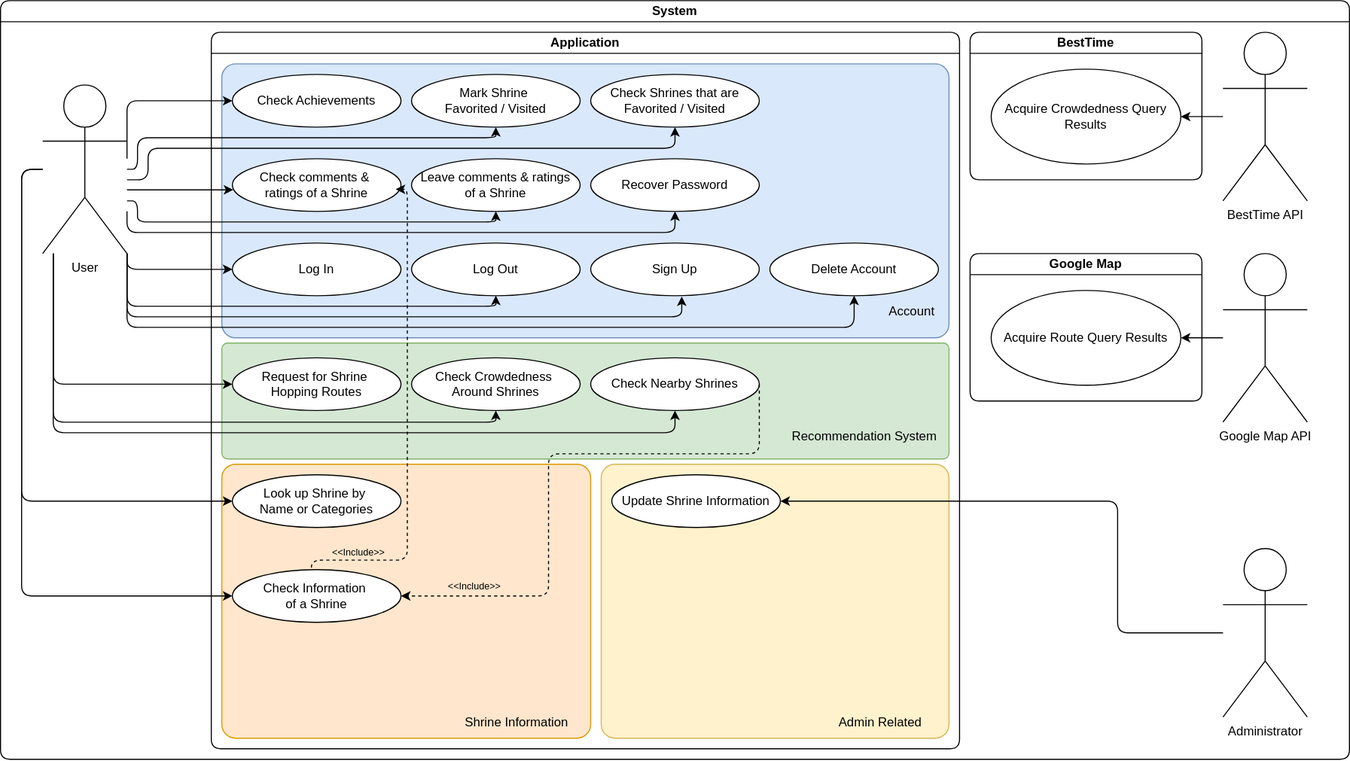
Above: docs/assets/images/diagrams/use_case.drawio.svg in LeoLin930104/PBL3 (draw.io), before the change. Source tidied: cells renumbered, new cells last; positions are measured from the earlier drawing's top-left corner, leaving out a move shared by most shapes.
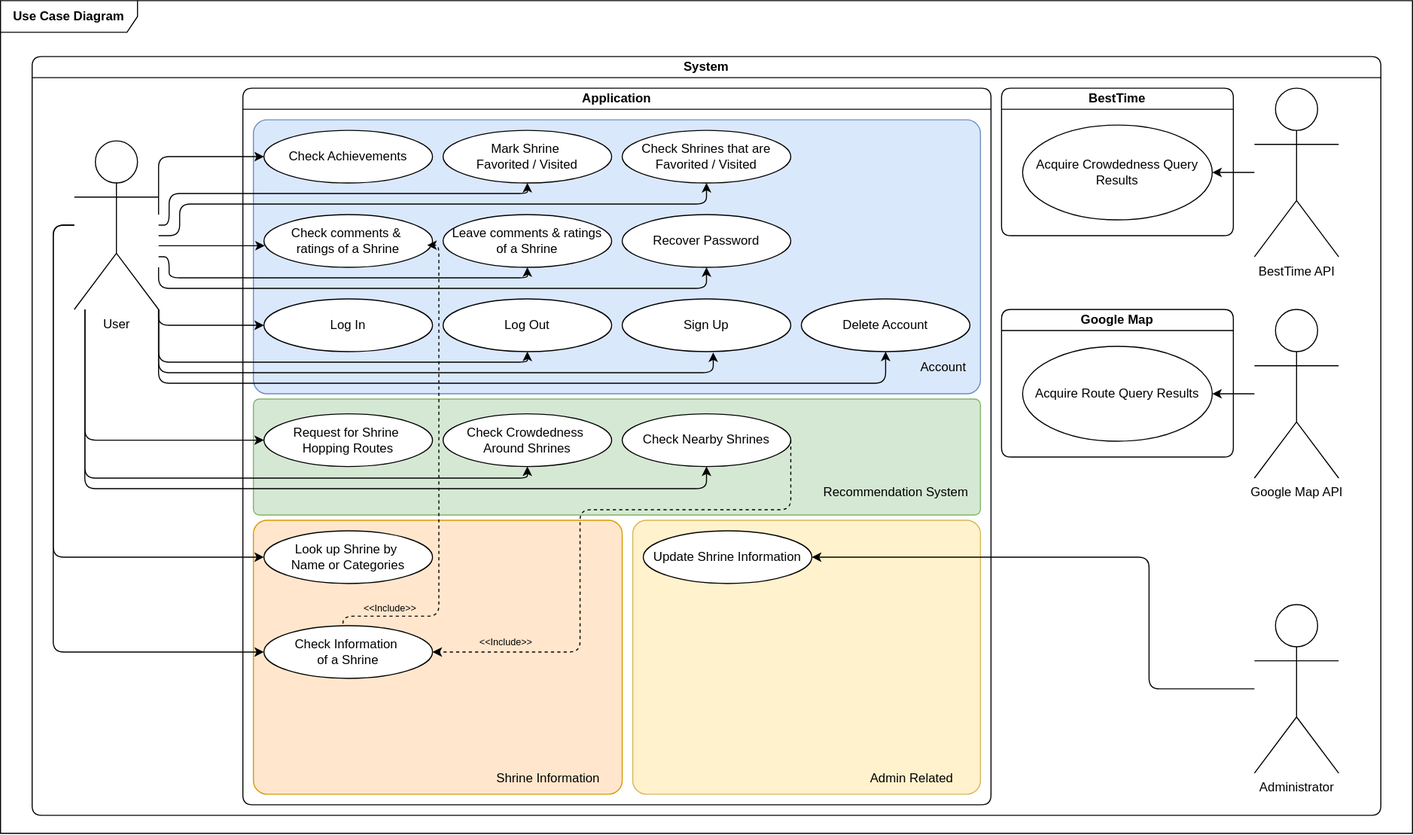
The same diagram one commit later.

What changed in the source:
```diff
@@ -272,5 +272,8 @@
         </Array>
       </mxGeometry>
     </mxCell>
+    <mxCell id="58" value="&lt;b&gt;Use Case Diagram&lt;/b&gt;" style="shape=umlFrame;whiteSpace=wrap;html=1;width=130;height=30;" parent="1" vertex="1">
+      <mxGeometry x="-30" y="-53" width="1340" height="790" as="geometry" />
+    </mxCell>
   </root>
 </mxGraphModel>
```
